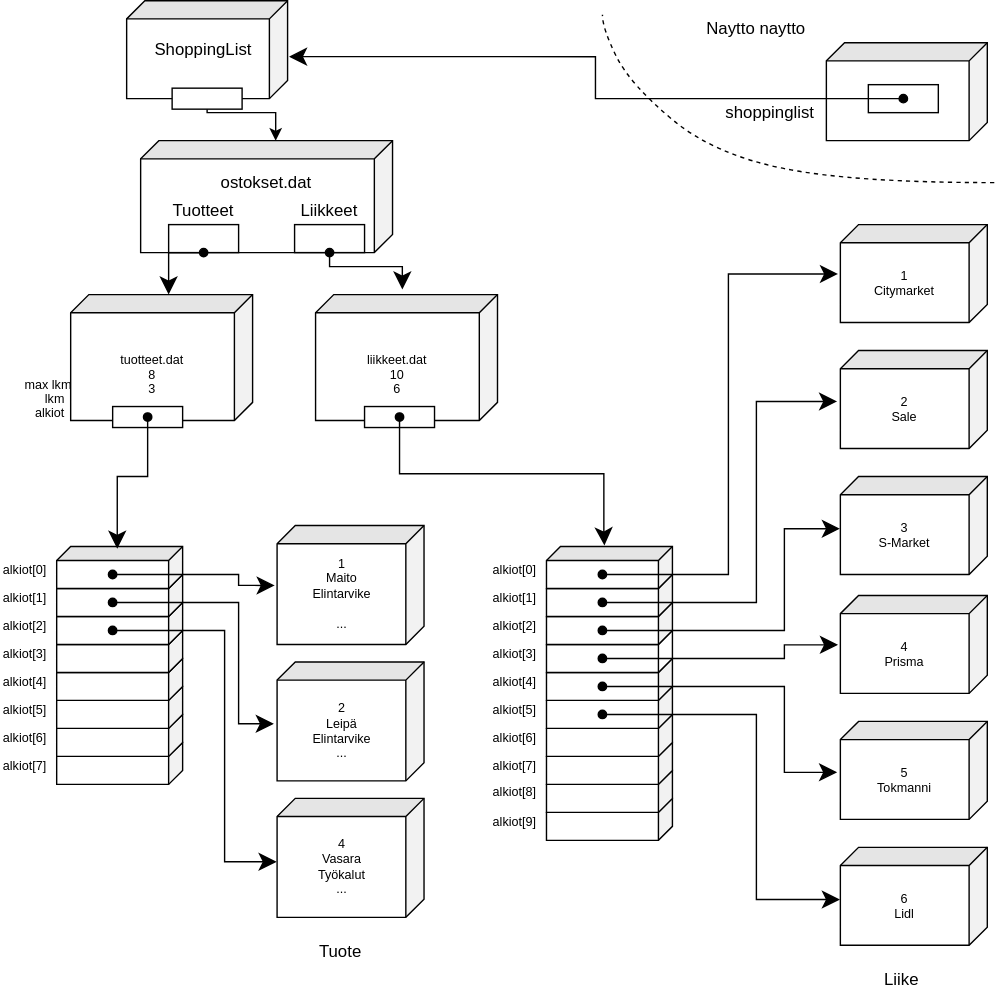
Before: kuvat/tietorakenne.svg, a diagram exported from draw.io (AkseliKankaansivu/shoppinglisst). Source tidied: cells renumbered, new cells last; positions are measured from the earlier drawing's top-left corner, leaving out a move shared by most shapes.
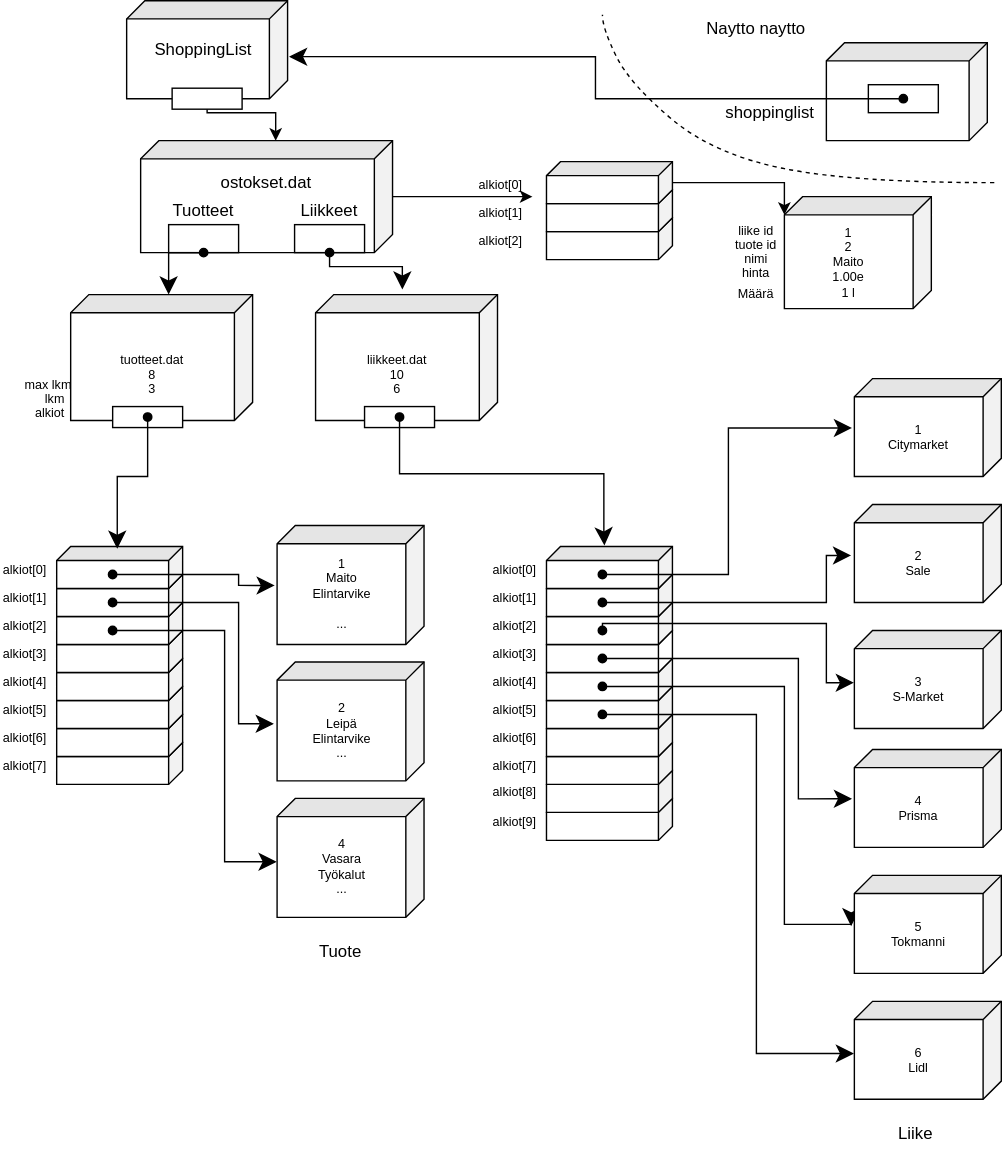
Above is the later version.

Commit message:
uusi kuva

The edit, as a diff of the source:
```diff
@@ -47,6 +47,11 @@
     <mxCell id="16" style="shape=cube;whiteSpace=wrap;html=1;boundedLbl=1;backgroundOutline=1;darkOpacity=0.05;darkOpacity2=0.1;rounded=1;shadow=0;glass=0;comic=0;fillColor=#ffffff;gradientColor=none;fontSize=9;fontColor=#000000;align=center;noLabel=0;perimeter=rectanglePerimeter;direction=south;size=10;" parent="1" vertex="1">
       <mxGeometry x="40" y="410" width="90" height="30" as="geometry" />
     </mxCell>
+    <mxCell id="86" style="edgeStyle=orthogonalEdgeStyle;rounded=0;jettySize=auto;html=1;" parent="1" edge="1" source="17">
+      <mxGeometry relative="1" as="geometry">
+        <mxPoint x="380" y="140" as="targetPoint" />
+      </mxGeometry>
+    </mxCell>
     <mxCell id="17" style="shape=cube;whiteSpace=wrap;html=1;boundedLbl=1;backgroundOutline=1;darkOpacity=0.05;darkOpacity2=0.1;rounded=1;shadow=0;glass=0;comic=0;fillColor=#ffffff;gradientColor=none;fontSize=9;fontColor=#000000;align=center;noLabel=0;perimeter=rectanglePerimeter;direction=south;size=13;" parent="1" vertex="1">
       <mxGeometry x="100" y="100" width="180" height="80" as="geometry" />
     </mxCell>
@@ -180,8 +185,8 @@
     <mxCell id="52" style="edgeStyle=orthogonalEdgeStyle;rounded=0;html=1;entryX=0.52;entryY=1.022;entryDx=0;entryDy=0;entryPerimeter=0;startArrow=oval;startFill=1;endSize=10;jettySize=auto;fontSize=10;exitX=0.667;exitY=0.556;exitDx=0;exitDy=0;exitPerimeter=0;" parent="1" edge="1" source="51" target="59">
       <mxGeometry relative="1" as="geometry">
         <Array as="points">
-          <mxPoint x="540" y="430" />
-          <mxPoint x="540" y="286" />
+          <mxPoint x="590" y="430" />
+          <mxPoint x="590" y="396" />
         </Array>
       </mxGeometry>
     </mxCell>
@@ -201,32 +206,33 @@
       <mxGeometry x="350" y="465" width="40" height="10" as="geometry" />
     </mxCell>
     <mxCell id="58" value="1&lt;br&gt;Citymarket&lt;br&gt;" style="shape=cube;whiteSpace=wrap;html=1;boundedLbl=1;backgroundOutline=1;darkOpacity=0.05;darkOpacity2=0.1;rounded=1;shadow=0;glass=0;comic=0;fillColor=#ffffff;gradientColor=none;fontSize=9;fontColor=#000000;align=center;noLabel=0;perimeter=rectanglePerimeter;direction=south;size=13;" parent="1" vertex="1">
-      <mxGeometry x="600" y="160" width="105" height="70" as="geometry" />
+      <mxGeometry x="610" y="270" width="105" height="70" as="geometry" />
     </mxCell>
     <mxCell id="59" value="2&lt;br&gt;Sale" style="shape=cube;whiteSpace=wrap;html=1;boundedLbl=1;backgroundOutline=1;darkOpacity=0.05;darkOpacity2=0.1;rounded=1;shadow=0;glass=0;comic=0;fillColor=#ffffff;gradientColor=none;fontSize=9;fontColor=#000000;align=center;noLabel=0;perimeter=rectanglePerimeter;direction=south;size=13;" parent="1" vertex="1">
-      <mxGeometry x="600" y="250" width="105" height="70" as="geometry" />
+      <mxGeometry x="610" y="360" width="105" height="70" as="geometry" />
     </mxCell>
     <mxCell id="60" value="3&lt;br&gt;S-Market" style="shape=cube;whiteSpace=wrap;html=1;boundedLbl=1;backgroundOutline=1;darkOpacity=0.05;darkOpacity2=0.1;rounded=1;shadow=0;glass=0;comic=0;fillColor=#ffffff;gradientColor=none;fontSize=9;fontColor=#000000;align=center;noLabel=0;perimeter=rectanglePerimeter;direction=south;size=13;" parent="1" vertex="1">
-      <mxGeometry x="600" y="340" width="105" height="70" as="geometry" />
+      <mxGeometry x="610" y="450" width="105" height="70" as="geometry" />
     </mxCell>
     <mxCell id="61" style="edgeStyle=orthogonalEdgeStyle;rounded=0;html=1;jettySize=auto;endSize=10;entryX=0.504;entryY=1.016;entryDx=0;entryDy=0;entryPerimeter=0;startArrow=oval;startFill=1;exitX=0.667;exitY=0.556;exitDx=0;exitDy=0;exitPerimeter=0;" parent="1" edge="1" source="53" target="58">
       <mxGeometry relative="1" as="geometry">
         <Array as="points">
           <mxPoint x="520" y="410" />
-          <mxPoint x="520" y="195" />
+          <mxPoint x="520" y="305" />
         </Array>
       </mxGeometry>
     </mxCell>
     <mxCell id="62" style="edgeStyle=orthogonalEdgeStyle;rounded=0;html=1;entryX=0.533;entryY=1.003;entryDx=0;entryDy=0;entryPerimeter=0;startArrow=oval;startFill=1;endSize=10;jettySize=auto;fontSize=10;exitX=0.667;exitY=0.556;exitDx=0;exitDy=0;exitPerimeter=0;" parent="1" edge="1" source="50" target="60">
       <mxGeometry relative="1" as="geometry">
         <Array as="points">
-          <mxPoint x="560" y="450" />
-          <mxPoint x="560" y="377" />
+          <mxPoint x="430" y="445" />
+          <mxPoint x="590" y="445" />
+          <mxPoint x="590" y="487" />
         </Array>
       </mxGeometry>
     </mxCell>
     <mxCell id="63" value="Liike" style="text;html=1;strokeColor=none;fillColor=none;align=center;verticalAlign=middle;whiteSpace=wrap;rounded=0;" parent="1" vertex="1">
-      <mxGeometry x="610" y="690" width="68" height="20" as="geometry" />
+      <mxGeometry x="620" y="800" width="68" height="20" as="geometry" />
     </mxCell>
     <mxCell id="64" style="shape=cube;whiteSpace=wrap;html=1;boundedLbl=1;backgroundOutline=1;darkOpacity=0.05;darkOpacity2=0.1;rounded=1;shadow=0;glass=0;comic=0;fillColor=#ffffff;gradientColor=none;fontSize=9;fontColor=#000000;align=center;noLabel=0;perimeter=rectanglePerimeter;direction=south;size=13;" parent="1" vertex="1">
       <mxGeometry x="590" y="30" width="115" height="70" as="geometry" />
@@ -255,24 +261,25 @@
       <mxGeometry relative="1" as="geometry">
         <Array as="points">
           <mxPoint x="560" y="490" />
-          <mxPoint x="560" y="552" />
+          <mxPoint x="560" y="660" />
+          <mxPoint x="608" y="660" />
         </Array>
       </mxGeometry>
     </mxCell>
     <mxCell id="72" value="4&lt;br&gt;Prisma" style="shape=cube;whiteSpace=wrap;html=1;boundedLbl=1;backgroundOutline=1;darkOpacity=0.05;darkOpacity2=0.1;rounded=1;shadow=0;glass=0;comic=0;fillColor=#ffffff;gradientColor=none;fontSize=9;fontColor=#000000;align=center;noLabel=0;perimeter=rectanglePerimeter;direction=south;size=13;" parent="1" vertex="1">
-      <mxGeometry x="600" y="425" width="105" height="70" as="geometry" />
+      <mxGeometry x="610" y="535" width="105" height="70" as="geometry" />
     </mxCell>
     <mxCell id="73" value="5&lt;br&gt;Tokmanni" style="shape=cube;whiteSpace=wrap;html=1;boundedLbl=1;backgroundOutline=1;darkOpacity=0.05;darkOpacity2=0.1;rounded=1;shadow=0;glass=0;comic=0;fillColor=#ffffff;gradientColor=none;fontSize=9;fontColor=#000000;align=center;noLabel=0;perimeter=rectanglePerimeter;direction=south;size=13;" parent="1" vertex="1">
-      <mxGeometry x="600" y="515" width="105" height="70" as="geometry" />
+      <mxGeometry x="610" y="625" width="105" height="70" as="geometry" />
     </mxCell>
     <mxCell id="74" value="&lt;div&gt;6&lt;/div&gt;&lt;div&gt;Lidl&lt;br&gt;&lt;/div&gt;" style="shape=cube;whiteSpace=wrap;html=1;boundedLbl=1;backgroundOutline=1;darkOpacity=0.05;darkOpacity2=0.1;rounded=1;shadow=0;glass=0;comic=0;fillColor=#ffffff;gradientColor=none;fontSize=9;fontColor=#000000;align=center;noLabel=0;perimeter=rectanglePerimeter;direction=south;size=13;" parent="1" vertex="1">
-      <mxGeometry x="600" y="605" width="105" height="70" as="geometry" />
+      <mxGeometry x="610" y="715" width="105" height="70" as="geometry" />
     </mxCell>
     <mxCell id="75" style="edgeStyle=orthogonalEdgeStyle;rounded=0;html=1;jettySize=auto;endSize=10;entryX=0.504;entryY=1.016;entryDx=0;entryDy=0;entryPerimeter=0;startArrow=oval;startFill=1;exitX=0.667;exitY=0.556;exitDx=0;exitDy=0;exitPerimeter=0;" parent="1" edge="1" source="49" target="72">
       <mxGeometry relative="1" as="geometry">
         <Array as="points">
-          <mxPoint x="560" y="470" />
-          <mxPoint x="560" y="460" />
+          <mxPoint x="570" y="470" />
+          <mxPoint x="570" y="570" />
         </Array>
       </mxGeometry>
     </mxCell>
@@ -280,7 +287,7 @@
       <mxGeometry relative="1" as="geometry">
         <Array as="points">
           <mxPoint x="540" y="510" />
-          <mxPoint x="540" y="642" />
+          <mxPoint x="540" y="752" />
         </Array>
       </mxGeometry>
     </mxCell>
@@ -332,5 +339,48 @@
     <mxCell id="85" style="rounded=0;whiteSpace=wrap;html=1;" parent="1" vertex="1">
       <mxGeometry x="122.5" y="62.5" width="50" height="15" as="geometry" />
     </mxCell>
+    <mxCell id="87" style="shape=cube;whiteSpace=wrap;html=1;boundedLbl=1;backgroundOutline=1;darkOpacity=0.05;darkOpacity2=0.1;rounded=1;shadow=0;glass=0;comic=0;fillColor=#ffffff;gradientColor=none;fontSize=9;fontColor=#000000;align=center;noLabel=0;perimeter=rectanglePerimeter;direction=south;size=10;" parent="1" vertex="1">
+      <mxGeometry x="390" y="155" width="90" height="30" as="geometry" />
+    </mxCell>
+    <mxCell id="88" style="shape=cube;whiteSpace=wrap;html=1;boundedLbl=1;backgroundOutline=1;darkOpacity=0.05;darkOpacity2=0.1;rounded=1;shadow=0;glass=0;comic=0;fillColor=#ffffff;gradientColor=none;fontSize=9;fontColor=#000000;align=center;noLabel=0;perimeter=rectanglePerimeter;direction=south;size=10;" parent="1" vertex="1">
+      <mxGeometry x="390" y="135" width="90" height="30" as="geometry" />
+    </mxCell>
+    <mxCell id="89" style="edgeStyle=orthogonalEdgeStyle;rounded=0;jettySize=auto;html=1;entryX=0;entryY=0;entryDx=13;entryDy=105;entryPerimeter=0;" parent="1" edge="1" source="90" target="94">
+      <mxGeometry relative="1" as="geometry">
+        <Array as="points">
+          <mxPoint x="560" y="130" />
+        </Array>
+      </mxGeometry>
+    </mxCell>
+    <mxCell id="90" style="shape=cube;whiteSpace=wrap;html=1;boundedLbl=1;backgroundOutline=1;darkOpacity=0.05;darkOpacity2=0.1;rounded=1;shadow=0;glass=0;comic=0;fillColor=#ffffff;gradientColor=none;fontSize=9;fontColor=#000000;align=center;noLabel=0;perimeter=rectanglePerimeter;direction=south;size=10;" parent="1" vertex="1">
+      <mxGeometry x="390" y="115" width="90" height="30" as="geometry" />
+    </mxCell>
+    <mxCell id="91" value="&lt;font style=&quot;font-size: 9px;&quot;&gt;alkiot[0]&lt;/font&gt;" style="text;html=1;strokeColor=none;fillColor=none;align=left;verticalAlign=bottom;whiteSpace=wrap;rounded=0;shadow=0;glass=1;comic=0;fontSize=9;" parent="1" vertex="1">
+      <mxGeometry x="340" y="130" width="40" height="10" as="geometry" />
+    </mxCell>
+    <mxCell id="92" value="&lt;font style=&quot;font-size: 9px;&quot;&gt;alkiot[1]&lt;/font&gt;" style="text;html=1;strokeColor=none;fillColor=none;align=left;verticalAlign=bottom;whiteSpace=wrap;rounded=0;shadow=0;glass=1;comic=0;fontSize=9;" parent="1" vertex="1">
+      <mxGeometry x="340" y="150" width="40" height="10" as="geometry" />
+    </mxCell>
+    <mxCell id="93" value="&lt;font style=&quot;font-size: 9px;&quot;&gt;alkiot[2]&lt;/font&gt;" style="text;html=1;strokeColor=none;fillColor=none;align=left;verticalAlign=bottom;whiteSpace=wrap;rounded=0;shadow=0;glass=1;comic=0;fontSize=9;" parent="1" vertex="1">
+      <mxGeometry x="340" y="170" width="40" height="10" as="geometry" />
+    </mxCell>
+    <mxCell id="94" value="&lt;div&gt;&lt;br&gt;&lt;/div&gt;&lt;div&gt;1&lt;br&gt;&lt;/div&gt;&lt;div&gt;2&lt;br&gt;&lt;/div&gt;&lt;div&gt;Maito&lt;/div&gt;&lt;div&gt;1.00e&lt;/div&gt;&lt;div&gt;1 l&lt;br&gt;&lt;/div&gt;&lt;div&gt;&lt;br&gt;&lt;/div&gt;" style="shape=cube;whiteSpace=wrap;html=1;boundedLbl=1;backgroundOutline=1;darkOpacity=0.05;darkOpacity2=0.1;rounded=1;shadow=0;glass=0;comic=0;fillColor=#ffffff;gradientColor=none;fontSize=9;fontColor=#000000;align=center;noLabel=0;perimeter=rectanglePerimeter;direction=south;size=13;" parent="1" vertex="1">
+      <mxGeometry x="560" y="140" width="105" height="80" as="geometry" />
+    </mxCell>
+    <mxCell id="95" value="&lt;font style=&quot;font-size: 9px;&quot;&gt;liike id&lt;br style=&quot;font-size: 9px;&quot;&gt;&lt;/font&gt;" style="text;html=1;strokeColor=none;fillColor=none;align=center;verticalAlign=middle;whiteSpace=wrap;rounded=0;fontSize=9;" parent="1" vertex="1">
+      <mxGeometry x="520" y="155" width="40" height="20" as="geometry" />
+    </mxCell>
+    <mxCell id="96" value="&lt;font style=&quot;font-size: 9px;&quot;&gt;tuote id&lt;br style=&quot;font-size: 9px;&quot;&gt;&lt;/font&gt;" style="text;html=1;strokeColor=none;fillColor=none;align=center;verticalAlign=middle;whiteSpace=wrap;rounded=0;fontSize=9;" parent="1" vertex="1">
+      <mxGeometry x="520" y="165" width="40" height="20" as="geometry" />
+    </mxCell>
+    <mxCell id="97" value="&lt;font style=&quot;font-size: 9px;&quot;&gt;nimi&lt;/font&gt;" style="text;html=1;strokeColor=none;fillColor=none;align=center;verticalAlign=middle;whiteSpace=wrap;rounded=0;fontSize=9;" parent="1" vertex="1">
+      <mxGeometry x="520" y="175" width="40" height="20" as="geometry" />
+    </mxCell>
+    <mxCell id="98" value="&lt;font style=&quot;font-size: 9px;&quot;&gt;hinta&lt;/font&gt;" style="text;html=1;strokeColor=none;fillColor=none;align=center;verticalAlign=middle;whiteSpace=wrap;rounded=0;fontSize=9;" parent="1" vertex="1">
+      <mxGeometry x="520" y="185" width="40" height="20" as="geometry" />
+    </mxCell>
+    <mxCell id="99" value="Määrä" style="text;html=1;strokeColor=none;fillColor=none;align=center;verticalAlign=middle;whiteSpace=wrap;rounded=0;fontSize=9;" parent="1" vertex="1">
+      <mxGeometry x="520" y="200" width="40" height="20" as="geometry" />
+    </mxCell>
   </root>
 </mxGraphModel>
```
